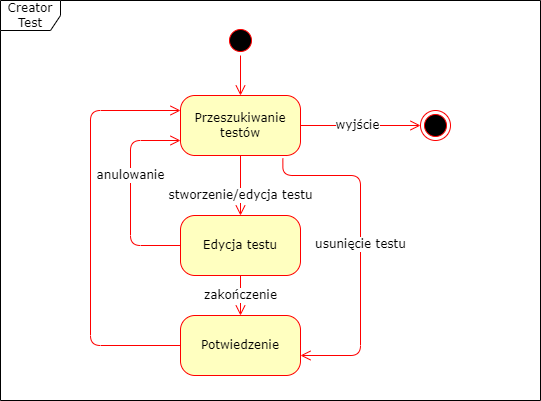
The draw.io diagram doc/Diagramy_UML/diagram_stanow_ctest.png in WOTxp/PZ21-22, before a commit. Source tidied: cells renumbered, new cells last; positions are measured from the earlier drawing's top-left corner, leaving out a move shared by most shapes. The source it was exported from:
```xml
<mxGraphModel>
  <root>
    <mxCell id="0" />
    <mxCell id="1" parent="0" />
    <mxCell id="2" value="Creator Test" style="shape=umlFrame;whiteSpace=wrap;html=1;rounded=1;shadow=0;comic=0;labelBackgroundColor=none;strokeWidth=1;fontFamily=Verdana;fontSize=12;align=center;" parent="1" vertex="1">
      <mxGeometry width="540" height="400" as="geometry" />
    </mxCell>
    <mxCell id="3" style="ellipse;html=1;shape=startState;fillColor=#000000;strokeColor=#ff0000;rounded=1;shadow=0;comic=0;labelBackgroundColor=none;fontFamily=Verdana;fontSize=12;fontColor=#000000;align=center;direction=south;" parent="1" vertex="1">
      <mxGeometry x="225" y="25" width="30" height="30" as="geometry" />
    </mxCell>
    <mxCell id="4" value="Przeszukiwanie testów" style="rounded=1;whiteSpace=wrap;html=1;arcSize=24;fillColor=#ffffc0;strokeColor=#ff0000;shadow=0;comic=0;labelBackgroundColor=none;fontFamily=Verdana;fontSize=12;fontColor=#000000;align=center;" parent="1" vertex="1">
      <mxGeometry x="180" y="95" width="120" height="60" as="geometry" />
    </mxCell>
    <mxCell id="5" style="edgeStyle=orthogonalEdgeStyle;html=1;labelBackgroundColor=none;endArrow=open;endSize=8;strokeColor=#ff0000;fontFamily=Verdana;fontSize=12;align=left;" parent="1" edge="1" source="3" target="4">
      <mxGeometry relative="1" as="geometry" />
    </mxCell>
    <mxCell id="6" style="ellipse;html=1;shape=endState;fillColor=#000000;strokeColor=#ff0000;" parent="1" vertex="1">
      <mxGeometry x="420" y="110" width="30" height="30" as="geometry" />
    </mxCell>
    <mxCell id="7" value="wyjście" style="edgeStyle=orthogonalEdgeStyle;html=1;labelBackgroundColor=default;endArrow=open;endSize=8;strokeColor=#ff0000;fontFamily=Verdana;fontSize=12;align=center;exitX=1;exitY=0.5;exitDx=0;exitDy=0;entryX=0;entryY=0.5;entryDx=0;entryDy=0;" parent="1" edge="1" source="4" target="6">
      <mxGeometry x="-0.04" relative="1" as="geometry" />
    </mxCell>
    <mxCell id="8" value="Edycja testu" style="rounded=1;whiteSpace=wrap;html=1;arcSize=24;fillColor=#ffffc0;strokeColor=#ff0000;shadow=0;comic=0;labelBackgroundColor=none;fontFamily=Verdana;fontSize=12;fontColor=#000000;align=center;" parent="1" vertex="1">
      <mxGeometry x="180" y="215" width="120" height="60" as="geometry" />
    </mxCell>
    <mxCell id="9" value="stworzenie/edycja testu" style="edgeStyle=orthogonalEdgeStyle;html=1;labelBackgroundColor=default;endArrow=open;endSize=8;strokeColor=#ff0000;fontFamily=Verdana;fontSize=12;align=center;exitX=0.5;exitY=1;exitDx=0;exitDy=0;entryX=0.5;entryY=0;entryDx=0;entryDy=0;" parent="1" edge="1" source="4" target="8">
      <mxGeometry x="0.33" relative="1" as="geometry" />
    </mxCell>
    <mxCell id="10" value="Potwiedzenie" style="rounded=1;whiteSpace=wrap;html=1;arcSize=24;fillColor=#ffffc0;strokeColor=#ff0000;shadow=0;comic=0;labelBackgroundColor=none;fontFamily=Verdana;fontSize=12;fontColor=#000000;align=center;" parent="1" vertex="1">
      <mxGeometry x="180" y="315" width="120" height="60" as="geometry" />
    </mxCell>
    <mxCell id="11" value="zakończenie" style="edgeStyle=orthogonalEdgeStyle;html=1;labelBackgroundColor=default;endArrow=open;endSize=8;strokeColor=#ff0000;fontFamily=Verdana;fontSize=12;align=center;exitX=0.5;exitY=1;exitDx=0;exitDy=0;entryX=0.5;entryY=0;entryDx=0;entryDy=0;" parent="1" edge="1" source="8" target="10">
      <mxGeometry relative="1" as="geometry" />
    </mxCell>
    <mxCell id="12" style="edgeStyle=orthogonalEdgeStyle;html=1;labelBackgroundColor=default;endArrow=open;endSize=8;strokeColor=#ff0000;fontFamily=Verdana;fontSize=12;align=center;exitX=0;exitY=0.5;exitDx=0;exitDy=0;entryX=0;entryY=0.25;entryDx=0;entryDy=0;" parent="1" edge="1" source="10" target="4">
      <mxGeometry x="0.14" relative="1" as="geometry">
        <Array as="points">
          <mxPoint x="90" y="345" />
          <mxPoint x="90" y="110" />
        </Array>
      </mxGeometry>
    </mxCell>
    <mxCell id="13" value="anulowanie" style="edgeStyle=orthogonalEdgeStyle;html=1;labelBackgroundColor=default;endArrow=open;endSize=8;strokeColor=#ff0000;fontFamily=Verdana;fontSize=12;align=center;exitX=0;exitY=0.5;exitDx=0;exitDy=0;entryX=0;entryY=0.75;entryDx=0;entryDy=0;" parent="1" edge="1" source="8" target="4">
      <mxGeometry x="0.17" relative="1" as="geometry">
        <Array as="points">
          <mxPoint x="130" y="245" />
          <mxPoint x="130" y="140" />
        </Array>
      </mxGeometry>
    </mxCell>
    <mxCell id="14" value="usunięcie testu" style="edgeStyle=orthogonalEdgeStyle;html=1;labelBackgroundColor=default;endArrow=open;endSize=8;strokeColor=#ff0000;fontFamily=Verdana;fontSize=12;align=center;exitX=0.853;exitY=1.05;exitDx=0;exitDy=0;exitPerimeter=0;" parent="1" edge="1" source="4">
      <mxGeometry x="-0.02" relative="1" as="geometry">
        <mxPoint x="300" y="355" as="targetPoint" />
        <Array as="points">
          <mxPoint x="282" y="175" />
          <mxPoint x="360" y="175" />
          <mxPoint x="360" y="355" />
        </Array>
      </mxGeometry>
    </mxCell>
  </root>
</mxGraphModel>
```
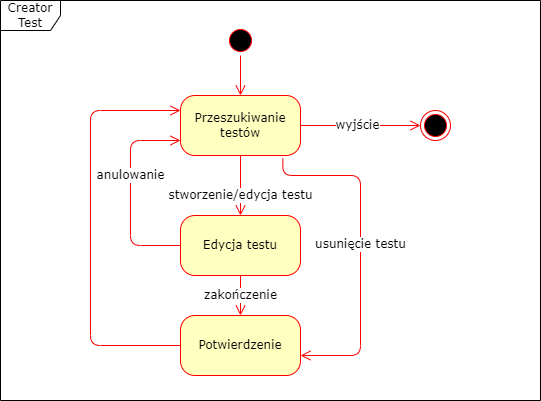
The same file after the commit.

The edit, as a diff of the source:
```diff
@@ -26,7 +26,7 @@
     <mxCell id="9" value="stworzenie/edycja testu" style="edgeStyle=orthogonalEdgeStyle;html=1;labelBackgroundColor=default;endArrow=open;endSize=8;strokeColor=#ff0000;fontFamily=Verdana;fontSize=12;align=center;exitX=0.5;exitY=1;exitDx=0;exitDy=0;entryX=0.5;entryY=0;entryDx=0;entryDy=0;" parent="1" edge="1" source="4" target="8">
       <mxGeometry x="0.33" relative="1" as="geometry" />
     </mxCell>
-    <mxCell id="10" value="Potwiedzenie" style="rounded=1;whiteSpace=wrap;html=1;arcSize=24;fillColor=#ffffc0;strokeColor=#ff0000;shadow=0;comic=0;labelBackgroundColor=none;fontFamily=Verdana;fontSize=12;fontColor=#000000;align=center;" parent="1" vertex="1">
+    <mxCell id="10" value="Potwierdzenie" style="rounded=1;whiteSpace=wrap;html=1;arcSize=24;fillColor=#ffffc0;strokeColor=#ff0000;shadow=0;comic=0;labelBackgroundColor=none;fontFamily=Verdana;fontSize=12;fontColor=#000000;align=center;" parent="1" vertex="1">
       <mxGeometry x="180" y="315" width="120" height="60" as="geometry" />
     </mxCell>
     <mxCell id="11" value="zakończenie" style="edgeStyle=orthogonalEdgeStyle;html=1;labelBackgroundColor=default;endArrow=open;endSize=8;strokeColor=#ff0000;fontFamily=Verdana;fontSize=12;align=center;exitX=0.5;exitY=1;exitDx=0;exitDy=0;entryX=0.5;entryY=0;entryDx=0;entryDy=0;" parent="1" edge="1" source="8" target="10">
```
